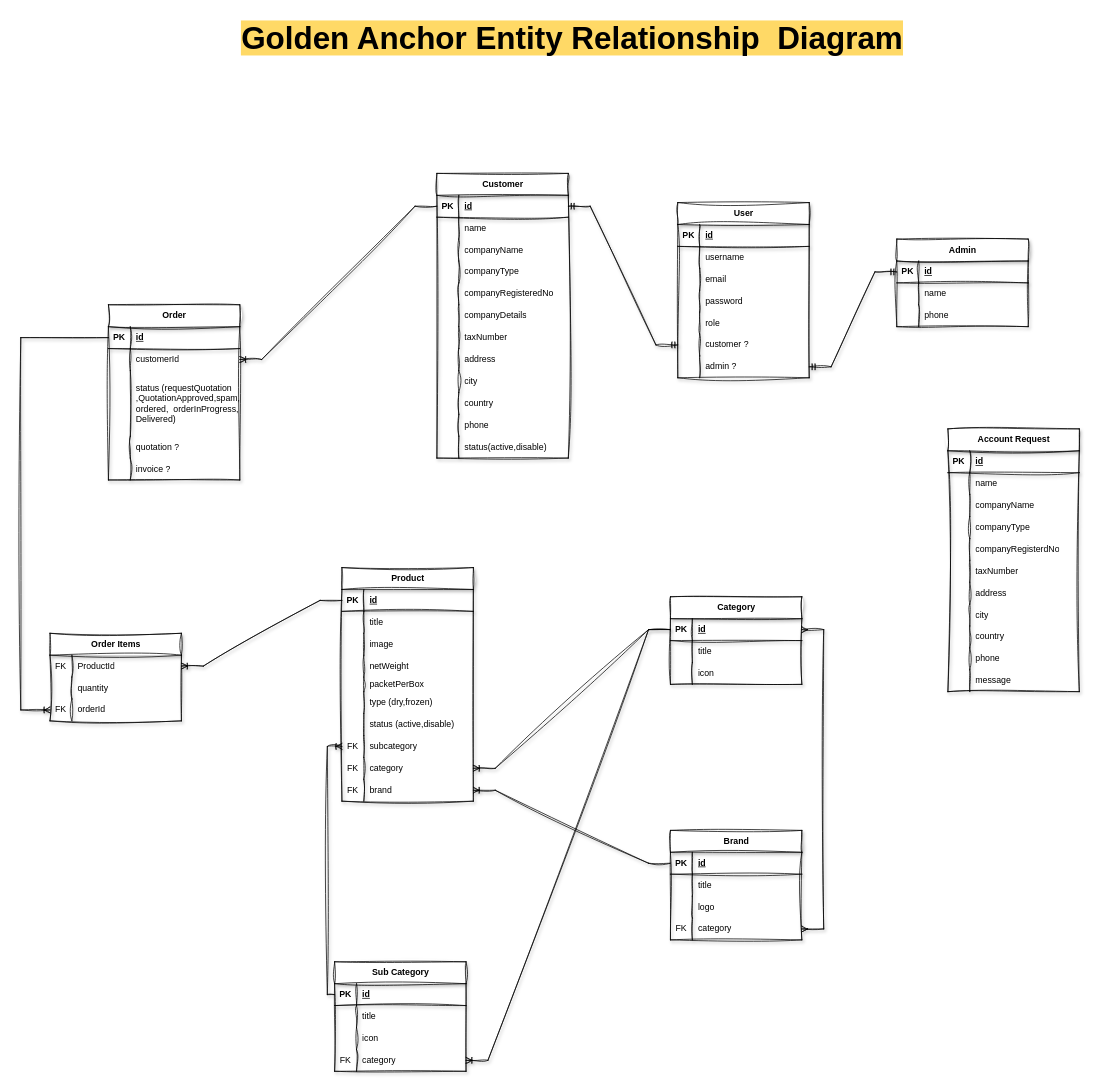
This is page "DB ERD" (3 of 3) of golden-anchor-flow.drawio from checkiamsiam/golden-anchor-visualizations, a draw.io file, before an edit. Source tidied: cells renumbered, new cells numbered last; positions are measured from the earlier drawing's top-left corner, leaving out a move shared by most shapes. Both pictures are drawn from the tidied source at 73%, with x=0, y=0 at pixel (20, 12).
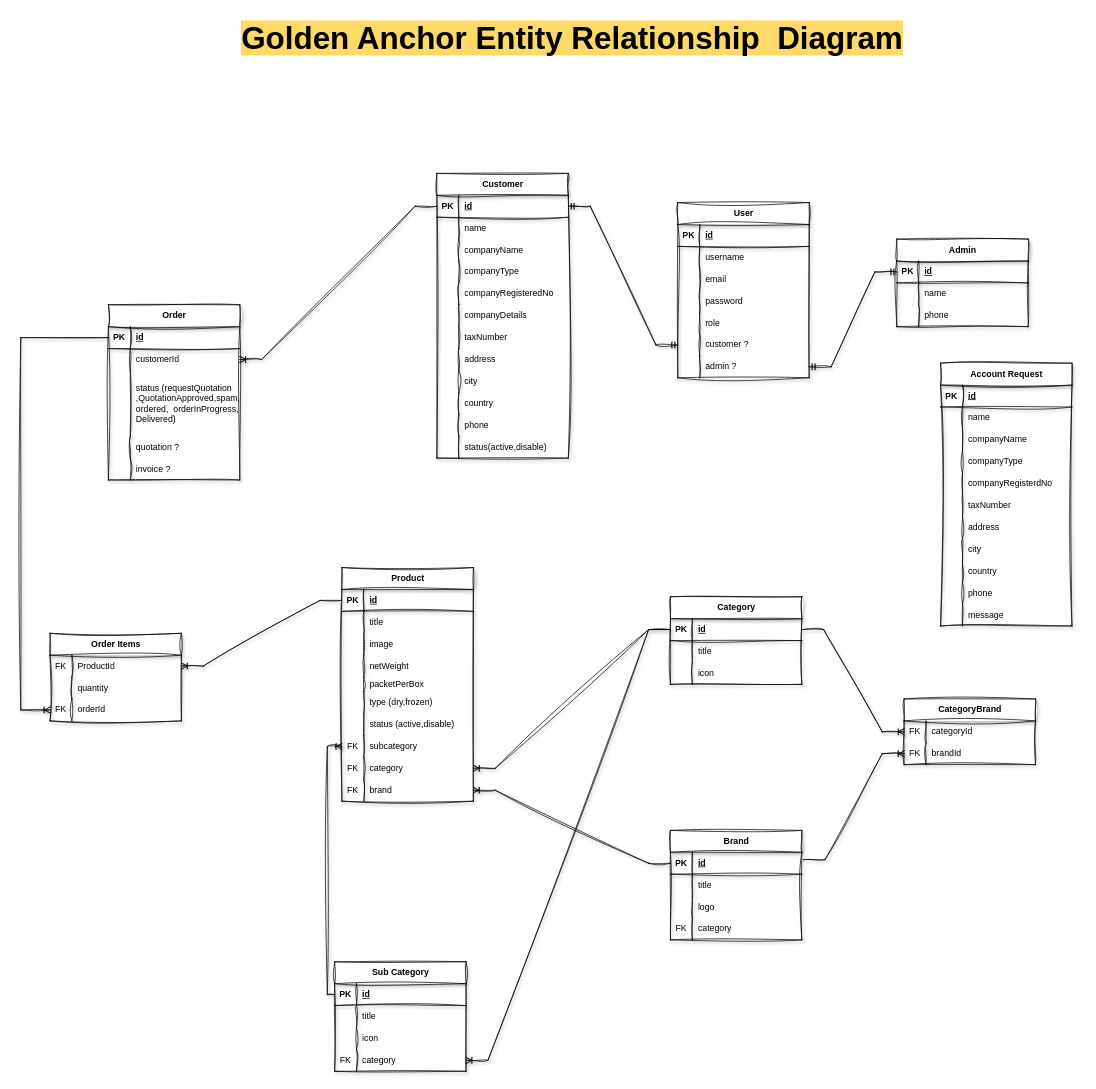
After the change.

Unchanged cells that the change refers to:
```xml
<mxCell id="137" style="shape=tableRow;horizontal=0;startSize=0;swimlaneHead=0;swimlaneBody=0;fillColor=none;points=[[0,0.5],[1,0.5]];portConstraint=eastwest;top=0;left=0;right=0;bottom=1;shadow=1;sketch=1;curveFitting=1;jiggle=2;" parent="136" vertex="1">
  <mxGeometry y="30" width="180" height="30" as="geometry" />
</mxCell>
<mxCell id="147" style="shape=tableRow;horizontal=0;startSize=0;swimlaneHead=0;swimlaneBody=0;fillColor=none;points=[[0,0.5],[1,0.5]];portConstraint=eastwest;top=0;left=0;right=0;bottom=1;shadow=1;sketch=1;curveFitting=1;jiggle=2;" parent="146" vertex="1">
  <mxGeometry y="30" width="180" height="30" as="geometry" />
</mxCell>
<mxCell id="156" style="shape=tableRow;horizontal=0;startSize=0;swimlaneHead=0;swimlaneBody=0;fillColor=none;points=[[0,0.5],[1,0.5]];portConstraint=eastwest;top=0;left=0;right=0;bottom=0;shadow=1;sketch=1;curveFitting=1;jiggle=2;" parent="146" vertex="1">
  <mxGeometry y="120" width="180" height="30" as="geometry" />
</mxCell>
```

Diff of the diagram source:
```diff
@@
     <mxCell id="24" value="Account Request" style="shape=table;startSize=30;childLayout=tableLayout;rowLines=0;fontStyle=1;align=center;html=1;shadow=1;sketch=1;curveFitting=1;jiggle=2;" parent="1" vertex="1">
-      <mxGeometry x="1270" y="570" width="180" height="360" as="geometry" />
+      <mxGeometry x="1260" y="480" width="180" height="360" as="geometry" />
     </mxCell>
@@
-    <mxCell id="161" style="edgeStyle=entityRelationEdgeStyle;fontSize=12;html=1;endArrow=ERmany;startArrow=ERmany;rounded=0;exitX=1;exitY=0.5;exitDx=0;exitDy=0;entryX=1;entryY=0.5;entryDx=0;entryDy=0;shadow=1;sketch=1;curveFitting=1;jiggle=2;" parent="1" edge="1" source="156" target="137">
-      <mxGeometry relative="1" as="geometry" />
-    </mxCell>
@@
+    <mxCell id="209" value="CategoryBrand" style="shape=table;startSize=30;childLayout=tableLayout;rowLines=0;fontStyle=1;align=center;html=1;shadow=1;sketch=1;curveFitting=1;jiggle=2;" parent="1" vertex="1">
+      <mxGeometry x="1210" y="940" width="180" height="90" as="geometry" />
+    </mxCell>
+    <mxCell id="210" style="shape=tableRow;horizontal=0;startSize=0;swimlaneHead=0;swimlaneBody=0;fillColor=none;points=[[0,0.5],[1,0.5]];portConstraint=eastwest;top=0;left=0;right=0;bottom=0;shadow=1;sketch=1;curveFitting=1;jiggle=2;" parent="209" vertex="1">
+      <mxGeometry y="30" width="180" height="30" as="geometry" />
+    </mxCell>
+    <mxCell id="211" value="FK" style="shape=partialRectangle;fillColor=none;top=0;left=0;bottom=0;right=0;overflow=hidden;whiteSpace=wrap;html=1;shadow=1;sketch=1;curveFitting=1;jiggle=2;" parent="210" vertex="1">
+      <mxGeometry width="30" height="30" as="geometry" />
+    </mxCell>
+    <mxCell id="212" value="categoryId" style="shape=partialRectangle;fillColor=none;top=0;left=0;bottom=0;right=0;align=left;spacingLeft=6;overflow=hidden;whiteSpace=wrap;html=1;shadow=1;sketch=1;curveFitting=1;jiggle=2;" parent="210" vertex="1">
+      <mxGeometry x="30" width="150" height="30" as="geometry" />
+    </mxCell>
+    <mxCell id="213" style="shape=tableRow;horizontal=0;startSize=0;swimlaneHead=0;swimlaneBody=0;fillColor=none;points=[[0,0.5],[1,0.5]];portConstraint=eastwest;top=0;left=0;right=0;bottom=0;shadow=1;sketch=1;curveFitting=1;jiggle=2;" parent="209" vertex="1">
+      <mxGeometry y="60" width="180" height="30" as="geometry" />
+    </mxCell>
+    <mxCell id="214" value="FK" style="shape=partialRectangle;fillColor=none;top=0;left=0;bottom=0;right=0;overflow=hidden;whiteSpace=wrap;html=1;shadow=1;sketch=1;curveFitting=1;jiggle=2;" parent="213" vertex="1">
+      <mxGeometry width="30" height="30" as="geometry" />
+    </mxCell>
+    <mxCell id="215" value="brandId" style="shape=partialRectangle;fillColor=none;top=0;left=0;bottom=0;right=0;align=left;spacingLeft=6;overflow=hidden;whiteSpace=wrap;html=1;shadow=1;sketch=1;curveFitting=1;jiggle=2;" parent="213" vertex="1">
+      <mxGeometry x="30" width="150" height="30" as="geometry" />
+    </mxCell>
+    <mxCell id="216" style="edgeStyle=entityRelationEdgeStyle;fontSize=12;html=1;endArrow=ERoneToMany;rounded=0;exitX=1;exitY=0.5;exitDx=0;exitDy=0;entryX=0;entryY=0.5;entryDx=0;entryDy=0;shadow=1;sketch=1;curveFitting=1;jiggle=2;" parent="1" edge="1" source="137" target="210">
+      <mxGeometry relative="1" as="geometry" />
+    </mxCell>
+    <mxCell id="217" style="edgeStyle=entityRelationEdgeStyle;fontSize=12;html=1;endArrow=ERoneToMany;rounded=0;entryX=0;entryY=0.5;entryDx=0;entryDy=0;shadow=1;sketch=1;curveFitting=1;jiggle=2;exitX=1.01;exitY=0.338;exitDx=0;exitDy=0;exitPerimeter=0;" parent="1" edge="1" source="147" target="213">
+      <mxGeometry relative="1" as="geometry" />
+    </mxCell>
```
